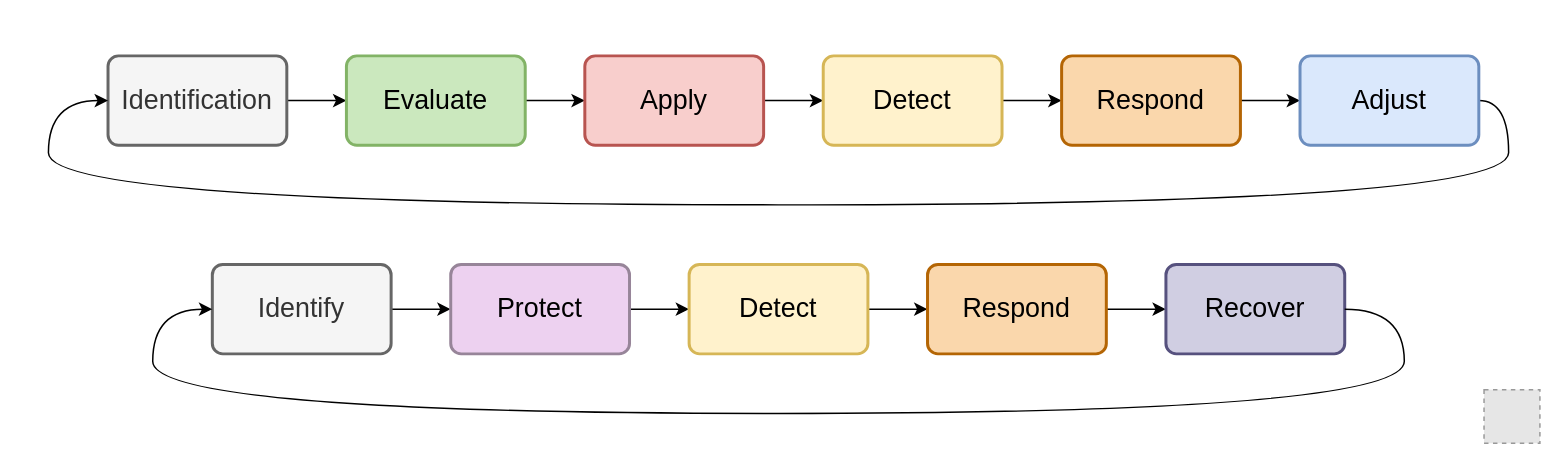
Earlier version of the draw.io diagram page "Page-1" (1 of 2) of cybersecurity.drawio (qeeqbox/cybersecurity). Source tidied: cells renumbered, new cells numbered last; positions are measured from the earlier drawing's top-left corner, leaving out a move shared by most shapes. Both pictures are drawn from the tidied source at 149%, with x=0, y=0 at pixel (25, 25). Pictures stored in the file or linked from it are replaced by grey dashed boxes.
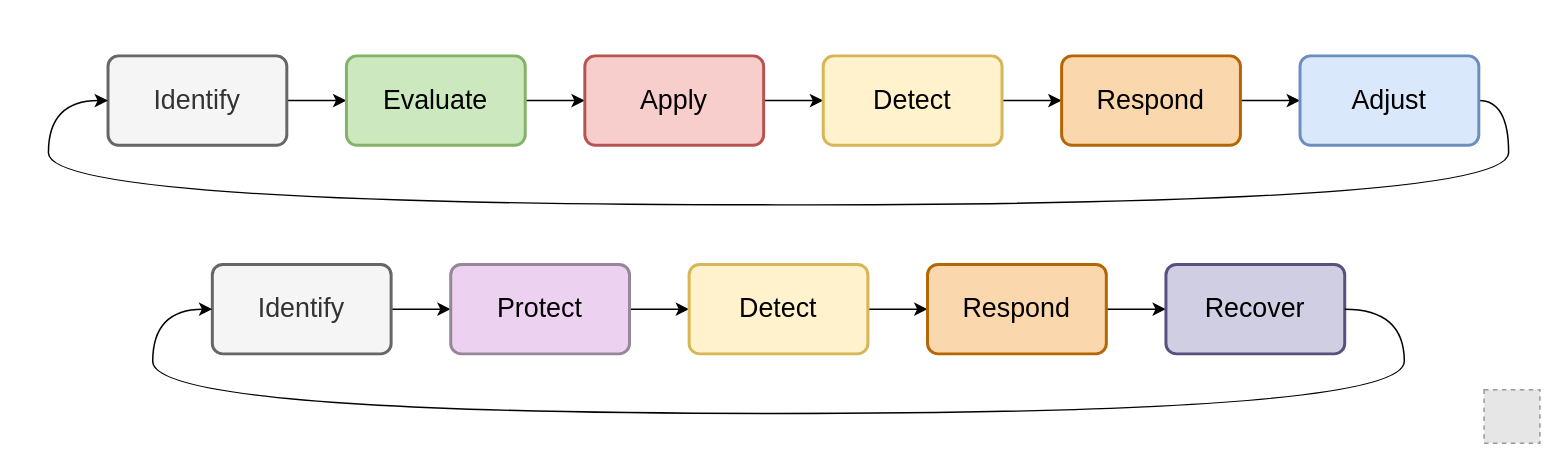
The same page after the edit.

Diff of the diagram source:
```diff
@@
-    <mxCell id="15" value="Identification" style="rounded=1;whiteSpace=wrap;html=1;absoluteArcSize=1;arcSize=14;strokeWidth=2;fillColor=#f5f5f5;strokeColor=#666666;fontColor=#333333;fontSize=18;" parent="1" vertex="1">
+    <mxCell id="15" value="Identify" style="rounded=1;whiteSpace=wrap;html=1;absoluteArcSize=1;arcSize=14;strokeWidth=2;fillColor=#f5f5f5;strokeColor=#666666;fontColor=#333333;fontSize=18;" parent="1" vertex="1">
       <mxGeometry x="55" y="20" width="120" height="60" as="geometry" />
     </mxCell>
```
